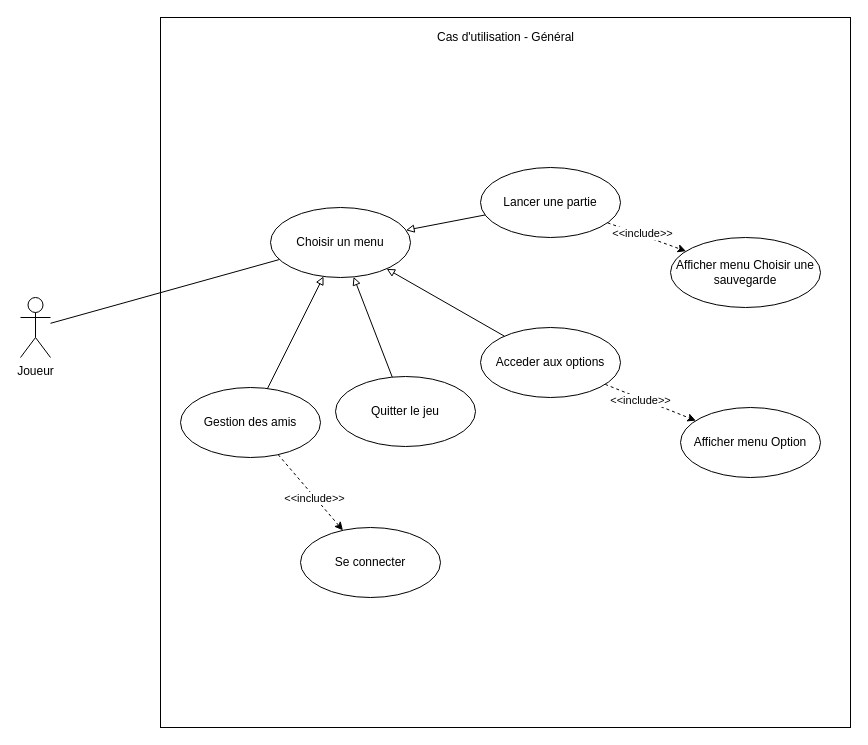
This is Diagrammes/Diagramme cas d'utilisation - Général.drawio from Eoloc/M1MIAGE_ProjetUML, a draw.io file, before an edit. Source tidied: cells renumbered, new cells numbered last; positions are measured from the earlier drawing's top-left corner, leaving out a move shared by most shapes. Both pictures are drawn from the tidied source at 100%, with x=0, y=0 at pixel (20, 17).
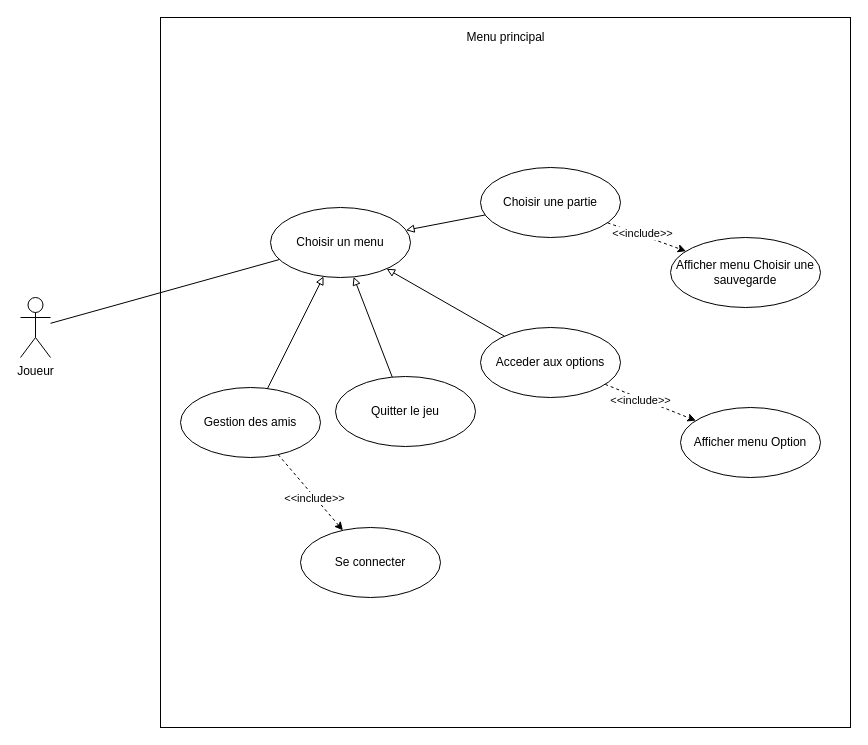
The same diagram, later.

Change to the diagram source:
```diff
@@
-    <mxCell id="8" value="Lancer une partie" style="ellipse;whiteSpace=wrap;html=1;" parent="1" vertex="1">
+    <mxCell id="8" value="Choisir une partie" style="ellipse;whiteSpace=wrap;html=1;" parent="1" vertex="1">
       <mxGeometry x="460" y="150" width="140" height="70" as="geometry" />
     </mxCell>
@@
-    <mxCell id="15" value="Cas d'utilisation - Général" style="text;html=1;align=center;verticalAlign=middle;strokeColor=none;" parent="1" vertex="1">
-      <mxGeometry x="410" y="10" width="150" height="20" as="geometry" />
+    <mxCell id="15" value="Menu principal" style="text;html=1;align=center;verticalAlign=middle;strokeColor=none;" parent="1" vertex="1">
+      <mxGeometry x="440" y="10" width="90" height="20" as="geometry" />
     </mxCell>
```
